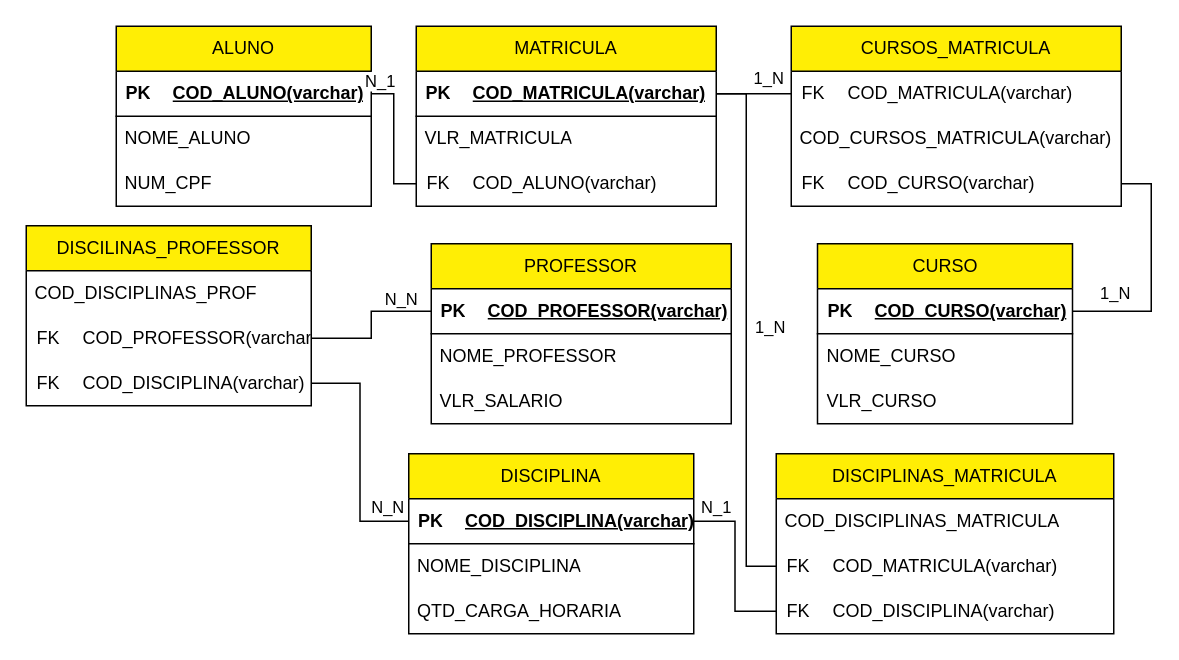
Earlier version of the draw.io diagram Livraria/matricula.drawio (NicolasKevin2/BD). Source tidied: cells renumbered, new cells numbered last; positions are measured from the earlier drawing's top-left corner, leaving out a move shared by most shapes. Both pictures are drawn from the tidied source at 150%, with x=0, y=0 at pixel (26, 26).
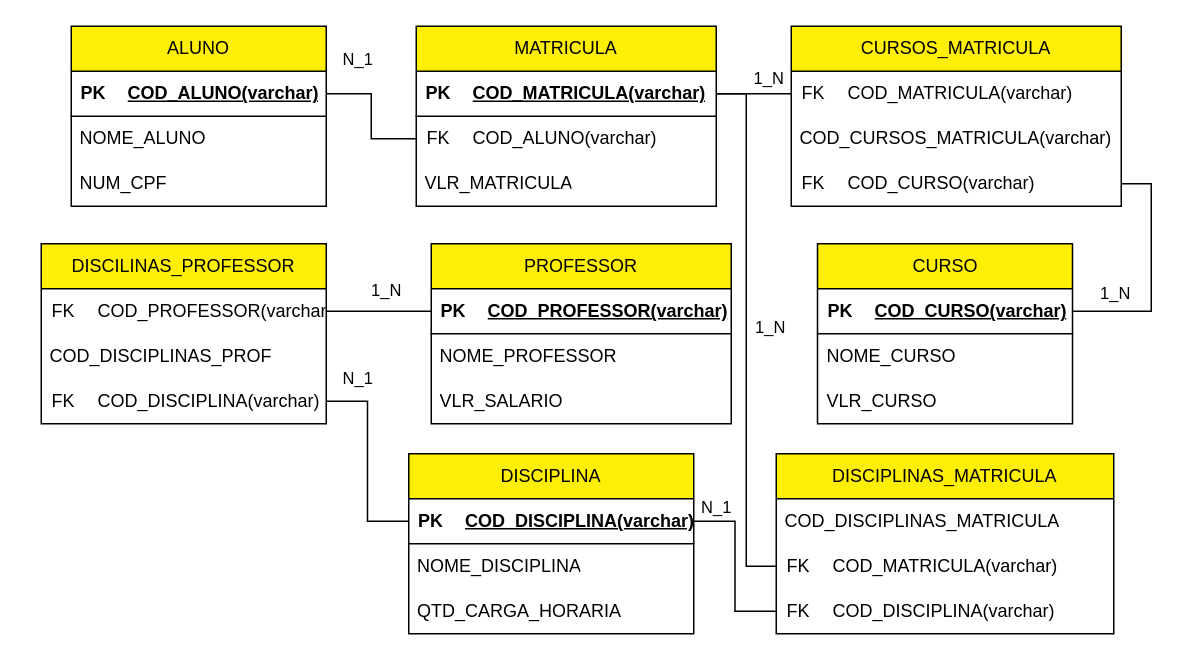
The same page after the edit.

Unchanged cells that the change refers to:
```xml
<mxCell id="30" value="MATRICULA" style="swimlane;fontStyle=0;horizontal=1;startSize=30;whiteSpace=wrap;html=1;fillColor=#FFEE05;" parent="1" vertex="1">
  <mxGeometry x="260" width="200" height="120" as="geometry" />
</mxCell>
<mxCell id="54" style="endArrow=none;html=1;rounded=0;edgeStyle=orthogonalEdgeStyle;" parent="1" edge="1" source="51" target="18">
  <mxGeometry relative="1" as="geometry" />
</mxCell>
<mxCell id="67" style="endArrow=none;html=1;rounded=0;edgeStyle=orthogonalEdgeStyle;" parent="1" edge="1" source="47" target="25">
  <mxGeometry relative="1" as="geometry" />
</mxCell>
```

The edit, as a diff of the source:
```diff
@@
     <mxCell id="2" value="ALUNO" style="swimlane;fontStyle=0;horizontal=1;startSize=30;whiteSpace=wrap;html=1;fillColor=#FFEE05;" parent="1" vertex="1">
-      <mxGeometry x="60" width="170" height="120" as="geometry" />
+      <mxGeometry x="30" width="170" height="120" as="geometry" />
     </mxCell>
@@
-    <mxCell id="35" value="VLR_MATRICULA" style="text;strokeColor=none;fillColor=none;align=left;verticalAlign=middle;spacingLeft=4;spacingRight=4;overflow=hidden;whiteSpace=wrap;html=1;" parent="30" vertex="1">
-      <mxGeometry y="60" width="200" height="30" as="geometry" />
-    </mxCell>
     <mxCell id="36" style="shape=table;startSize=0;childLayout=tableLayout;rowLines=0;fontStyle=0;align=center;strokeColor=none;fillColor=none;" parent="30" vertex="1">
-      <mxGeometry y="90" width="200" height="30" as="geometry" />
+      <mxGeometry y="60" width="200" height="30" as="geometry" />
     </mxCell>
@@
+    <mxCell id="35" value="VLR_MATRICULA" style="text;strokeColor=none;fillColor=none;align=left;verticalAlign=middle;spacingLeft=4;spacingRight=4;overflow=hidden;whiteSpace=wrap;html=1;" parent="30" vertex="1">
+      <mxGeometry y="90" width="200" height="30" as="geometry" />
+    </mxCell>
@@
     <mxCell id="44" value="DISCILINAS_PROFESSOR" style="swimlane;fontStyle=0;horizontal=1;startSize=30;whiteSpace=wrap;html=1;fillColor=#FFEE05;" parent="1" vertex="1">
-      <mxGeometry y="133" width="190" height="120" as="geometry" />
+      <mxGeometry x="10" y="145" width="190" height="120" as="geometry" />
     </mxCell>
-    <mxCell id="45" value="COD_DISCIPLINAS_PROF" style="text;strokeColor=none;fillColor=none;align=left;verticalAlign=middle;spacingLeft=4;spacingRight=4;overflow=hidden;whiteSpace=wrap;html=1;" parent="44" vertex="1">
-      <mxGeometry y="30" width="190" height="30" as="geometry" />
-    </mxCell>
     <mxCell id="46" style="shape=table;startSize=0;childLayout=tableLayout;rowLines=0;fontStyle=0;align=center;strokeColor=none;fillColor=none;" parent="44" vertex="1">
-      <mxGeometry y="60" width="190" height="30" as="geometry" />
+      <mxGeometry y="30" width="190" height="30" as="geometry" />
     </mxCell>
@@
+    <mxCell id="45" value="COD_DISCIPLINAS_PROF" style="text;strokeColor=none;fillColor=none;align=left;verticalAlign=middle;spacingLeft=4;spacingRight=4;overflow=hidden;whiteSpace=wrap;html=1;" parent="44" vertex="1">
+      <mxGeometry y="60" width="190" height="30" as="geometry" />
+    </mxCell>
@@
-    <mxCell id="55" value="N_N" style="edgeLabel;html=1;align=center;verticalAlign=middle;" parent="54" vertex="1">
+    <mxCell id="55" value="N_1" style="edgeLabel;html=1;align=center;verticalAlign=middle;" parent="54" vertex="1">
       <mxGeometry x="-0.01" relative="1" as="geometry">
-        <mxPoint x="18" y="37" as="offset" />
+        <mxPoint x="-7" y="-55" as="offset" />
       </mxGeometry>
     </mxCell>
@@
-    <mxCell id="68" value="N_N" style="edgeLabel;html=1;align=center;verticalAlign=middle;" parent="67" vertex="1">
+    <mxCell id="68" value="1_N" style="edgeLabel;html=1;align=center;verticalAlign=middle;" parent="67" vertex="1">
       <mxGeometry x="0.01" relative="1" as="geometry">
-        <mxPoint x="19" y="-18" as="offset" />
+        <mxPoint x="4" y="-15" as="offset" />
       </mxGeometry>
     </mxCell>
```
